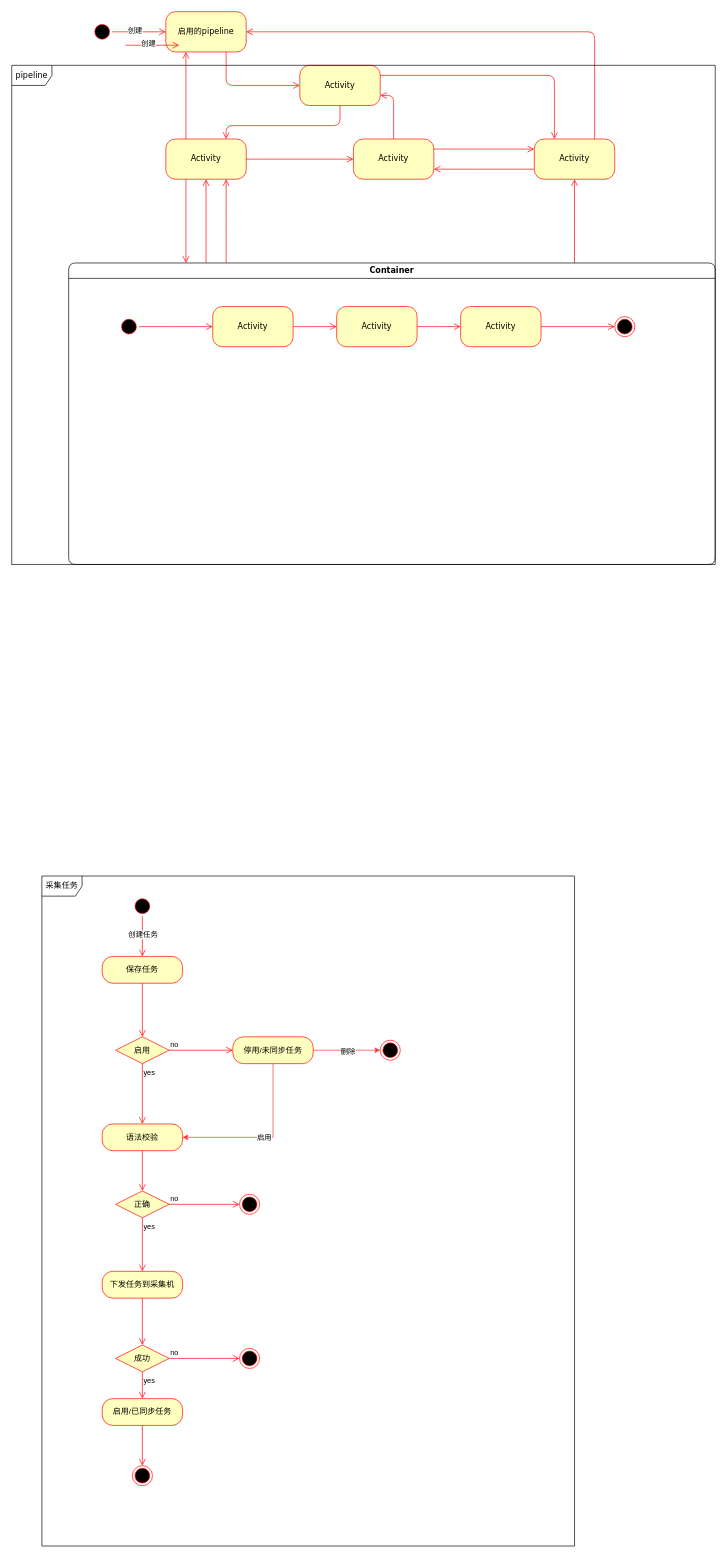
This is logstash_pipeline_state.drawio from luxiao/drawio, a draw.io file, before an edit. Source tidied: cells renumbered, new cells numbered last; positions are measured from the earlier drawing's top-left corner, leaving out a move shared by most shapes. Both pictures are drawn from the tidied source at 67%, with x=0, y=0 at pixel (11, 11).
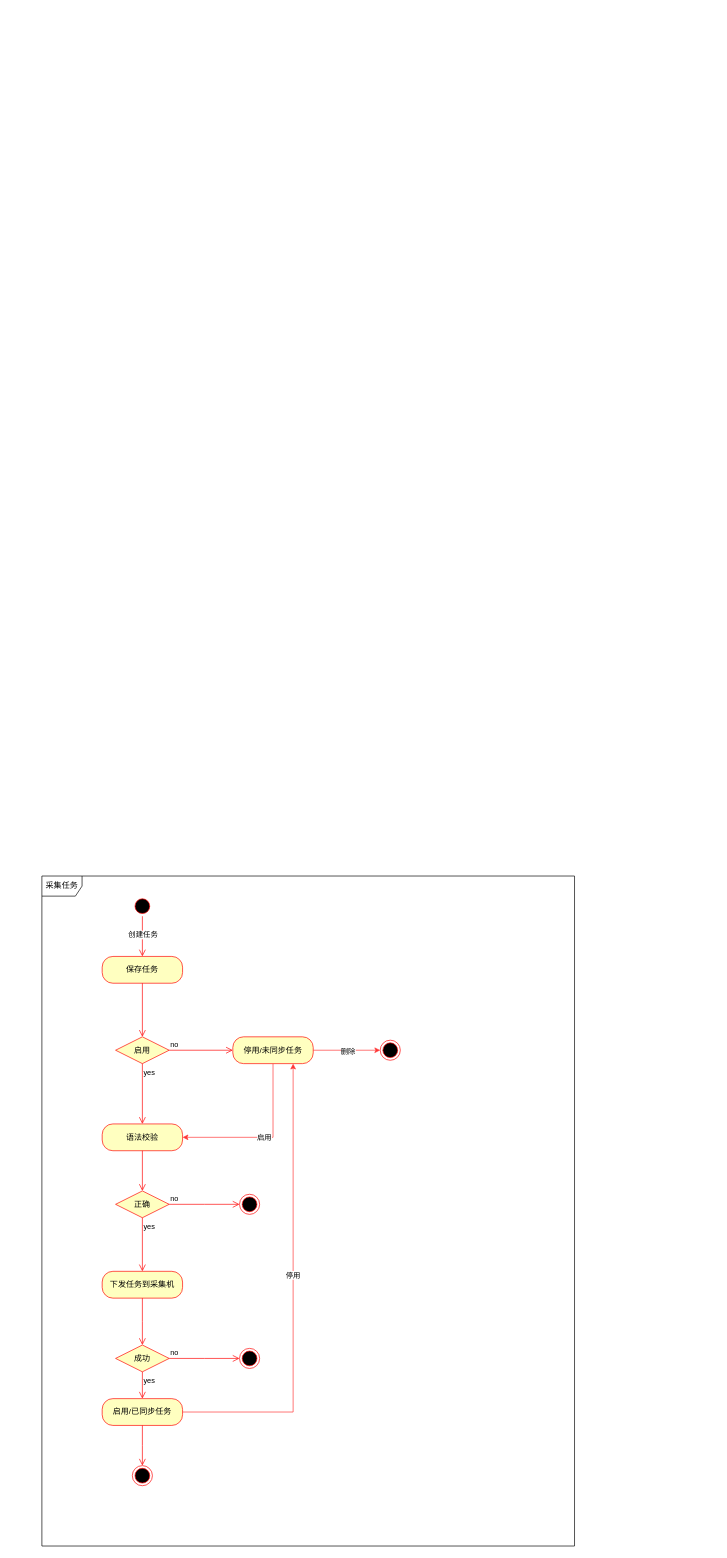
The same diagram, later.

Unchanged cells that the change refers to:
```xml
<mxCell id="60" value="启用/已同步任务" style="rounded=1;whiteSpace=wrap;html=1;arcSize=40;fontColor=#000000;fillColor=#ffffc0;strokeColor=#ff0000;" parent="1" vertex="1">
  <mxGeometry x="135" y="2070" width="120" height="40" as="geometry" />
</mxCell>
```

The edit, as a diff of the source:
```diff
@@
-    <mxCell id="2" style="ellipse;html=1;shape=startState;fillColor=#000000;strokeColor=#ff0000;rounded=1;shadow=0;comic=0;labelBackgroundColor=none;fontFamily=Verdana;fontSize=12;fontColor=#000000;align=center;direction=south;" parent="1" vertex="1">
-      <mxGeometry x="120" y="15" width="30" height="30" as="geometry" />
-    </mxCell>
-    <mxCell id="3" value="Activity" style="rounded=1;whiteSpace=wrap;html=1;arcSize=24;fillColor=#ffffc0;strokeColor=#ff0000;shadow=0;comic=0;labelBackgroundColor=none;fontFamily=Verdana;fontSize=12;fontColor=#000000;align=center;" parent="1" vertex="1">
-      <mxGeometry x="230" y="190" width="120" height="60" as="geometry" />
-    </mxCell>
-    <mxCell id="4" value="启用的pipeline" style="rounded=1;whiteSpace=wrap;html=1;arcSize=24;fillColor=#ffffc0;strokeColor=#ff0000;shadow=0;comic=0;labelBackgroundColor=none;fontFamily=Verdana;fontSize=12;fontColor=#000000;align=center;" parent="1" vertex="1">
-      <mxGeometry x="230" width="120" height="60" as="geometry" />
-    </mxCell>
-    <mxCell id="5" style="edgeStyle=orthogonalEdgeStyle;html=1;exitX=1;exitY=0.25;entryX=0.25;entryY=0;labelBackgroundColor=none;endArrow=open;endSize=8;strokeColor=#ff0000;fontFamily=Verdana;fontSize=12;align=left;" parent="1" edge="1" source="6" target="9">
-      <mxGeometry relative="1" as="geometry" />
-    </mxCell>
-    <mxCell id="6" value="Activity" style="rounded=1;whiteSpace=wrap;html=1;arcSize=24;fillColor=#ffffc0;strokeColor=#ff0000;shadow=0;comic=0;labelBackgroundColor=none;fontFamily=Verdana;fontSize=12;fontColor=#000000;align=center;" parent="1" vertex="1">
-      <mxGeometry x="430" y="80" width="120" height="60" as="geometry" />
-    </mxCell>
-    <mxCell id="7" style="edgeStyle=orthogonalEdgeStyle;html=1;exitX=0.75;exitY=0;entryX=1;entryY=0.5;labelBackgroundColor=none;endArrow=open;endSize=8;strokeColor=#ff0000;fontFamily=Verdana;fontSize=12;align=left;" parent="1" edge="1" source="9" target="4">
-      <mxGeometry relative="1" as="geometry">
-        <Array as="points">
-          <mxPoint x="870" y="30" />
-        </Array>
-      </mxGeometry>
-    </mxCell>
-    <mxCell id="8" style="edgeStyle=elbowEdgeStyle;html=1;exitX=0;exitY=0.75;entryX=1;entryY=0.75;labelBackgroundColor=none;endArrow=open;endSize=8;strokeColor=#ff0000;fontFamily=Verdana;fontSize=12;align=left;" parent="1" edge="1" source="9" target="10">
-      <mxGeometry relative="1" as="geometry" />
-    </mxCell>
-    <mxCell id="9" value="Activity" style="rounded=1;whiteSpace=wrap;html=1;arcSize=24;fillColor=#ffffc0;strokeColor=#ff0000;shadow=0;comic=0;labelBackgroundColor=none;fontFamily=Verdana;fontSize=12;fontColor=#000000;align=center;" parent="1" vertex="1">
-      <mxGeometry x="780" y="190" width="120" height="60" as="geometry" />
-    </mxCell>
-    <mxCell id="10" value="Activity" style="rounded=1;whiteSpace=wrap;html=1;arcSize=24;fillColor=#ffffc0;strokeColor=#ff0000;shadow=0;comic=0;labelBackgroundColor=none;fontFamily=Verdana;fontSize=12;fontColor=#000000;align=center;" parent="1" vertex="1">
-      <mxGeometry x="510" y="190" width="120" height="60" as="geometry" />
-    </mxCell>
-    <mxCell id="11" style="edgeStyle=elbowEdgeStyle;html=1;labelBackgroundColor=none;endArrow=open;endSize=8;strokeColor=#ff0000;fontFamily=Verdana;fontSize=12;align=left;" parent="1" edge="1" source="12" target="9">
-      <mxGeometry relative="1" as="geometry" />
-    </mxCell>
-    <mxCell id="12" value="Container" style="swimlane;whiteSpace=wrap;html=1;rounded=1;shadow=0;comic=0;labelBackgroundColor=none;strokeWidth=1;fontFamily=Verdana;fontSize=12;align=center;" parent="1" vertex="1">
-      <mxGeometry x="85" y="375" width="965" height="450" as="geometry" />
-    </mxCell>
-    <mxCell id="13" style="edgeStyle=elbowEdgeStyle;html=1;labelBackgroundColor=none;endArrow=open;endSize=8;strokeColor=#ff0000;fontFamily=Verdana;fontSize=12;align=left;" parent="12" edge="1" source="14" target="19">
-      <mxGeometry relative="1" as="geometry" />
-    </mxCell>
-    <mxCell id="14" value="Activity" style="rounded=1;whiteSpace=wrap;html=1;arcSize=24;fillColor=#ffffc0;strokeColor=#ff0000;shadow=0;comic=0;labelBackgroundColor=none;fontFamily=Verdana;fontSize=12;fontColor=#000000;align=center;" parent="12" vertex="1">
-      <mxGeometry x="215" y="65" width="120" height="60" as="geometry" />
-    </mxCell>
-    <mxCell id="15" style="ellipse;html=1;shape=endState;fillColor=#000000;strokeColor=#ff0000;rounded=1;shadow=0;comic=0;labelBackgroundColor=none;fontFamily=Verdana;fontSize=12;fontColor=#000000;align=center;" parent="12" vertex="1">
-      <mxGeometry x="815" y="80" width="30" height="30" as="geometry" />
-    </mxCell>
-    <mxCell id="16" style="edgeStyle=elbowEdgeStyle;html=1;labelBackgroundColor=none;endArrow=open;endSize=8;strokeColor=#ff0000;fontFamily=Verdana;fontSize=12;align=left;" parent="12" edge="1" source="17" target="14">
-      <mxGeometry relative="1" as="geometry" />
-    </mxCell>
-    <mxCell id="17" style="ellipse;html=1;shape=startState;fillColor=#000000;strokeColor=#ff0000;rounded=1;shadow=0;comic=0;labelBackgroundColor=none;fontFamily=Verdana;fontSize=12;fontColor=#000000;align=center;direction=south;" parent="12" vertex="1">
-      <mxGeometry x="75" y="80" width="30" height="30" as="geometry" />
-    </mxCell>
-    <mxCell id="18" style="edgeStyle=elbowEdgeStyle;html=1;labelBackgroundColor=none;endArrow=open;endSize=8;strokeColor=#ff0000;fontFamily=Verdana;fontSize=12;align=left;" parent="12" edge="1" source="19" target="21">
-      <mxGeometry relative="1" as="geometry" />
-    </mxCell>
-    <mxCell id="19" value="Activity" style="rounded=1;whiteSpace=wrap;html=1;arcSize=24;fillColor=#ffffc0;strokeColor=#ff0000;shadow=0;comic=0;labelBackgroundColor=none;fontFamily=Verdana;fontSize=12;fontColor=#000000;align=center;" parent="12" vertex="1">
-      <mxGeometry x="400" y="65" width="120" height="60" as="geometry" />
-    </mxCell>
-    <mxCell id="20" style="edgeStyle=elbowEdgeStyle;html=1;labelBackgroundColor=none;endArrow=open;endSize=8;strokeColor=#ff0000;fontFamily=Verdana;fontSize=12;align=left;" parent="12" edge="1" source="21" target="15">
-      <mxGeometry relative="1" as="geometry" />
-    </mxCell>
-    <mxCell id="21" value="Activity" style="rounded=1;whiteSpace=wrap;html=1;arcSize=24;fillColor=#ffffc0;strokeColor=#ff0000;shadow=0;comic=0;labelBackgroundColor=none;fontFamily=Verdana;fontSize=12;fontColor=#000000;align=center;" parent="12" vertex="1">
-      <mxGeometry x="585" y="65" width="120" height="60" as="geometry" />
-    </mxCell>
-    <mxCell id="22" value="pipeline" style="shape=umlFrame;whiteSpace=wrap;html=1;rounded=1;shadow=0;comic=0;labelBackgroundColor=none;strokeWidth=1;fontFamily=Verdana;fontSize=12;align=center;" parent="12" vertex="1">
-      <mxGeometry x="-85" y="-295" width="1050" height="745" as="geometry" />
-    </mxCell>
-    <mxCell id="23" style="edgeStyle=orthogonalEdgeStyle;html=1;labelBackgroundColor=none;endArrow=open;endSize=8;strokeColor=#ff0000;fontFamily=Verdana;fontSize=12;align=left;" parent="1" edge="1" source="2" target="4">
-      <mxGeometry relative="1" as="geometry" />
-    </mxCell>
-    <mxCell id="24" value="创建" style="edgeLabel;html=1;align=center;verticalAlign=middle;" parent="23" vertex="1">
-      <mxGeometry x="-0.18" y="3" relative="1" as="geometry" />
-    </mxCell>
-    <mxCell id="25" style="edgeStyle=orthogonalEdgeStyle;html=1;labelBackgroundColor=none;endArrow=open;endSize=8;strokeColor=#ff0000;fontFamily=Verdana;fontSize=12;align=left;entryX=0;entryY=0.5;" parent="1" edge="1" source="4" target="6">
-      <mxGeometry relative="1" as="geometry">
-        <Array as="points">
-          <mxPoint x="320" y="110" />
-        </Array>
-      </mxGeometry>
-    </mxCell>
-    <mxCell id="26" style="edgeStyle=orthogonalEdgeStyle;html=1;entryX=0.75;entryY=0;labelBackgroundColor=none;endArrow=open;endSize=8;strokeColor=#ff0000;fontFamily=Verdana;fontSize=12;align=left;exitX=0.5;exitY=1;" parent="1" edge="1" source="6" target="3">
-      <mxGeometry relative="1" as="geometry">
-        <Array as="points">
-          <mxPoint x="490" y="170" />
-          <mxPoint x="320" y="170" />
-        </Array>
-      </mxGeometry>
-    </mxCell>
-    <mxCell id="27" style="edgeStyle=orthogonalEdgeStyle;html=1;exitX=0.25;exitY=0;entryX=0.25;entryY=1;labelBackgroundColor=none;endArrow=open;endSize=8;strokeColor=#ff0000;fontFamily=Verdana;fontSize=12;align=left;" parent="1" edge="1" source="3" target="4">
-      <mxGeometry relative="1" as="geometry" />
-    </mxCell>
-    <mxCell id="28" style="edgeStyle=orthogonalEdgeStyle;html=1;exitX=1;exitY=0.5;entryX=0;entryY=0.5;labelBackgroundColor=none;endArrow=open;endSize=8;strokeColor=#ff0000;fontFamily=Verdana;fontSize=12;align=left;" parent="1" edge="1" source="3" target="10">
-      <mxGeometry relative="1" as="geometry" />
-    </mxCell>
-    <mxCell id="29" style="edgeStyle=orthogonalEdgeStyle;html=1;exitX=0.5;exitY=0;entryX=1;entryY=0.75;labelBackgroundColor=none;endArrow=open;endSize=8;strokeColor=#ff0000;fontFamily=Verdana;fontSize=12;align=left;" parent="1" edge="1" source="10" target="6">
-      <mxGeometry relative="1" as="geometry" />
-    </mxCell>
-    <mxCell id="30" style="edgeStyle=orthogonalEdgeStyle;html=1;exitX=1;exitY=0.25;entryX=0;entryY=0.25;labelBackgroundColor=none;endArrow=open;endSize=8;strokeColor=#ff0000;fontFamily=Verdana;fontSize=12;align=left;" parent="1" edge="1" source="10" target="9">
-      <mxGeometry relative="1" as="geometry" />
-    </mxCell>
-    <mxCell id="31" style="edgeStyle=elbowEdgeStyle;html=1;labelBackgroundColor=none;endArrow=open;endSize=8;strokeColor=#ff0000;fontFamily=Verdana;fontSize=12;align=left;entryX=0.75;entryY=1;" parent="1" edge="1" source="12" target="3">
-      <mxGeometry relative="1" as="geometry" />
-    </mxCell>
-    <mxCell id="32" style="edgeStyle=elbowEdgeStyle;html=1;labelBackgroundColor=none;endArrow=open;endSize=8;strokeColor=#ff0000;fontFamily=Verdana;fontSize=12;align=left;entryX=0.5;entryY=1;" parent="1" edge="1" source="12" target="3">
-      <mxGeometry relative="1" as="geometry" />
-    </mxCell>
-    <mxCell id="33" style="edgeStyle=elbowEdgeStyle;html=1;labelBackgroundColor=none;endArrow=open;endSize=8;strokeColor=#ff0000;fontFamily=Verdana;fontSize=12;align=left;exitX=0.25;exitY=1;" parent="1" edge="1" source="3" target="12">
-      <mxGeometry relative="1" as="geometry" />
-    </mxCell>
-    <mxCell id="34" style="edgeStyle=orthogonalEdgeStyle;html=1;labelBackgroundColor=none;endArrow=open;endSize=8;strokeColor=#ff0000;fontFamily=Verdana;fontSize=12;align=left;" parent="1" edge="1">
-      <mxGeometry relative="1" as="geometry">
-        <mxPoint x="170" y="50" as="sourcePoint" />
-        <mxPoint x="250" y="50" as="targetPoint" />
-      </mxGeometry>
-    </mxCell>
-    <mxCell id="35" value="创建" style="edgeLabel;html=1;align=center;verticalAlign=middle;" parent="34" vertex="1">
-      <mxGeometry x="-0.18" y="3" relative="1" as="geometry" />
-    </mxCell>
@@
+    <mxCell id="65" style="edgeStyle=orthogonalEdgeStyle;rounded=0;jettySize=auto;html=1;strokeColor=#FF3333;" parent="1" edge="1" source="60">
+      <mxGeometry relative="1" as="geometry">
+        <mxPoint x="420" y="1570" as="targetPoint" />
+        <Array as="points">
+          <mxPoint x="420" y="2090" />
+        </Array>
+      </mxGeometry>
+    </mxCell>
+    <mxCell id="66" value="停用" style="edgeLabel;html=1;align=center;verticalAlign=middle;" parent="65" vertex="1">
+      <mxGeometry x="0.08" y="1" relative="1" as="geometry" />
+    </mxCell>
```
